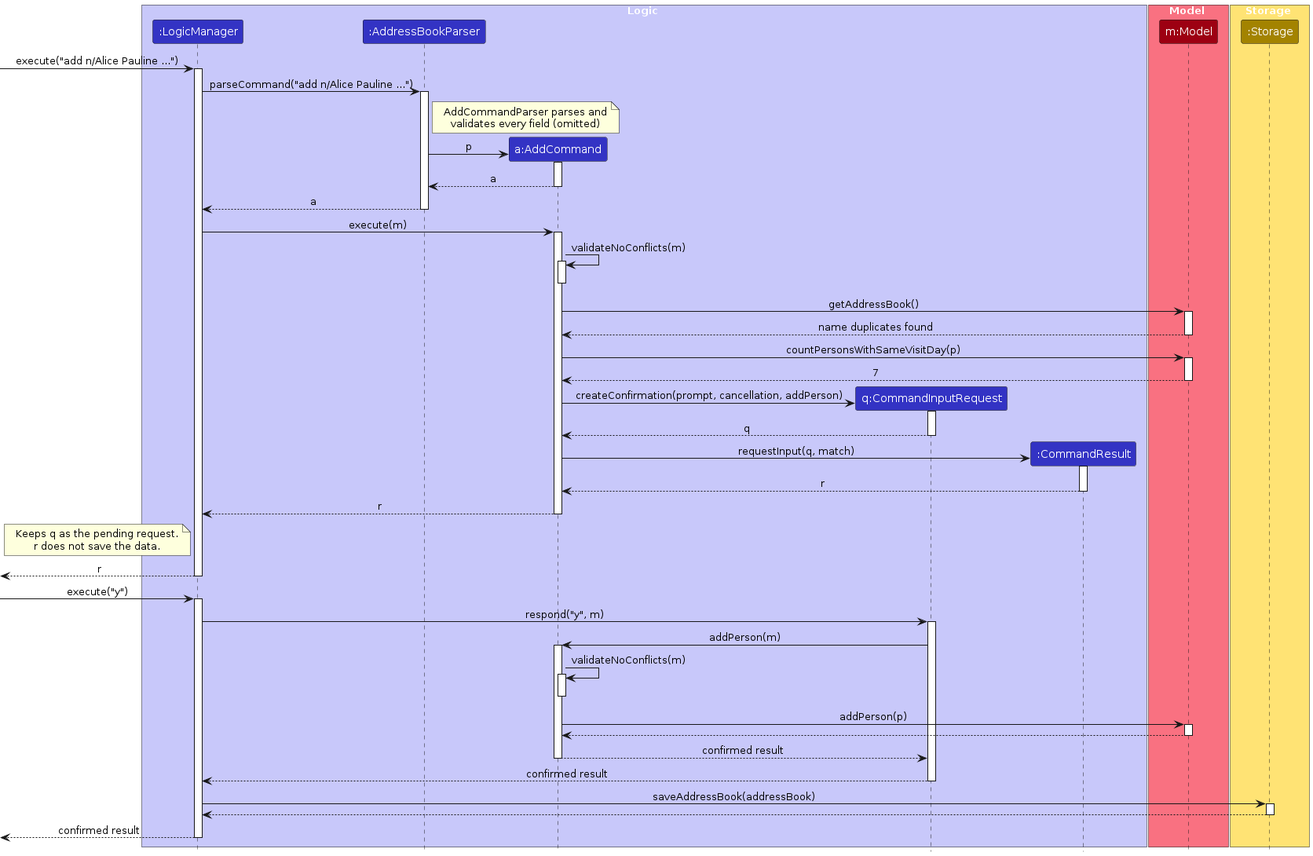
AY2627S1-CS2103T-T09-4/tp keeps this PlantUML diagram as diagrams/AddConfirmationSequenceDiagram.png. Above is the earlier version. Its source is kept beside it as diagrams/AddConfirmationSequenceDiagram.puml. Its diagram source:
```plantuml
@startuml
!include style.puml
skinparam ArrowFontStyle plain

box Logic LOGIC_COLOR_T1
participant ":LogicManager" as LogicManager LOGIC_COLOR
participant ":AddressBookParser" as AddressBookParser LOGIC_COLOR
participant "a:AddCommand" as AddCommand LOGIC_COLOR
participant "q:CommandInputRequest" as CommandInputRequest LOGIC_COLOR
participant ":CommandResult" as CommandResult LOGIC_COLOR
end box

box Model MODEL_COLOR_T1
participant "m:Model" as Model MODEL_COLOR
end box

box Storage STORAGE_COLOR_T1
participant ":Storage" as Storage STORAGE_COLOR
end box

[-> LogicManager : execute("add n/Alice Pauline ...")
activate LogicManager

LogicManager -> AddressBookParser : parseCommand("add n/Alice Pauline ...")
activate AddressBookParser

note right of AddressBookParser
  AddCommandParser parses and
  validates every field (omitted)
end note

create AddCommand
AddressBookParser -> AddCommand : p
activate AddCommand

AddCommand --> AddressBookParser : a
deactivate AddCommand

AddressBookParser --> LogicManager : a
deactivate AddressBookParser

LogicManager -> AddCommand : execute(m)
activate AddCommand

AddCommand -> AddCommand : validateNoConflicts(m)
activate AddCommand
deactivate AddCommand

AddCommand -> Model : getAddressBook()
activate Model
Model --> AddCommand : name duplicates found
deactivate Model

AddCommand -> Model : countPersonsWithSameVisitDay(p)
activate Model
Model --> AddCommand : 7
deactivate Model

create CommandInputRequest
AddCommand -> CommandInputRequest : createConfirmation(prompt, cancellation, addPerson)
activate CommandInputRequest

CommandInputRequest --> AddCommand : q
deactivate CommandInputRequest

create CommandResult
AddCommand -> CommandResult : requestInput(q, match)
activate CommandResult

CommandResult --> AddCommand : r
deactivate CommandResult

AddCommand --> LogicManager : r
deactivate AddCommand

note left of LogicManager
  Keeps q as the pending request.
  r does not save the data.
end note

[<--LogicManager : r
deactivate LogicManager

[-> LogicManager : execute("y")
activate LogicManager

LogicManager -> CommandInputRequest : respond("y", m)
activate CommandInputRequest

CommandInputRequest -> AddCommand : addPerson(m)
activate AddCommand

AddCommand -> AddCommand : validateNoConflicts(m)
activate AddCommand
deactivate AddCommand

AddCommand -> Model : addPerson(p)
activate Model

Model --> AddCommand
deactivate Model

AddCommand --> CommandInputRequest : confirmed result
deactivate AddCommand

CommandInputRequest --> LogicManager : confirmed result
deactivate CommandInputRequest

LogicManager -> Storage : saveAddressBook(addressBook)
activate Storage

Storage --> LogicManager
deactivate Storage

[<--LogicManager : confirmed result
deactivate LogicManager
@enduml
```
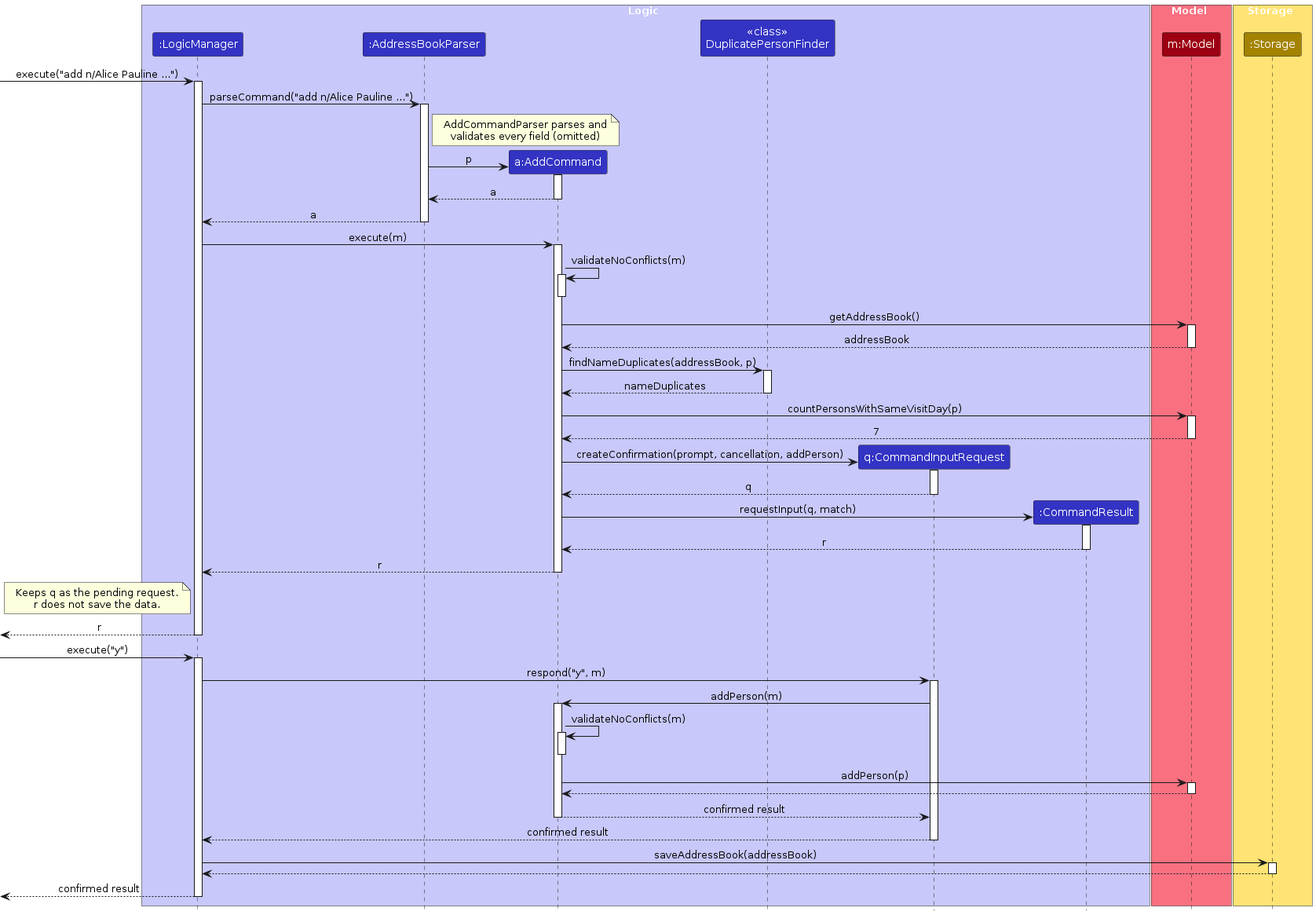
The same file after the commit.

What changed in the source:
```diff
@@ -6,6 +6,7 @@
 participant ":LogicManager" as LogicManager LOGIC_COLOR
 participant ":AddressBookParser" as AddressBookParser LOGIC_COLOR
 participant "a:AddCommand" as AddCommand LOGIC_COLOR
+participant "<<class>>\nDuplicatePersonFinder" as DuplicatePersonFinder LOGIC_COLOR
 participant "q:CommandInputRequest" as CommandInputRequest LOGIC_COLOR
 participant ":CommandResult" as CommandResult LOGIC_COLOR
 end box
@@ -48,8 +49,13 @@
 
 AddCommand -> Model : getAddressBook()
 activate Model
-Model --> AddCommand : name duplicates found
+Model --> AddCommand : addressBook
 deactivate Model
+
+AddCommand -> DuplicatePersonFinder : findNameDuplicates(addressBook, p)
+activate DuplicatePersonFinder
+DuplicatePersonFinder --> AddCommand : nameDuplicates
+deactivate DuplicatePersonFinder
 
 AddCommand -> Model : countPersonsWithSameVisitDay(p)
 activate Model
```
